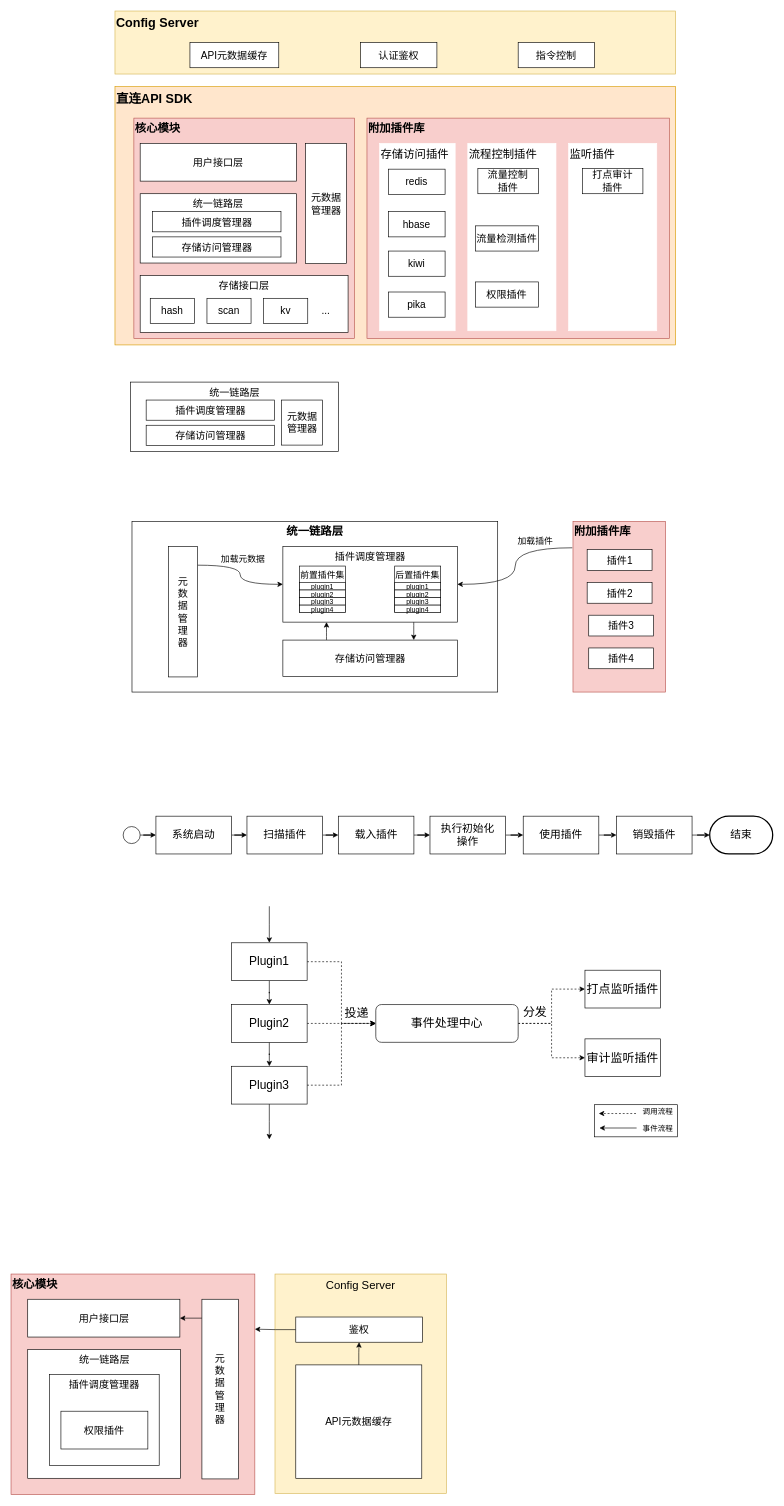
FlyThroughAir/DrawHere keeps this draw.io diagram as 多模块设计.drawio. Above is the earlier version. Source tidied: cells renumbered, new cells numbered last; positions are measured from the earlier drawing's top-left corner, leaving out a move shared by most shapes. Both pictures are drawn from the tidied source at 63%, with x=0, y=0 at pixel (11, 11).
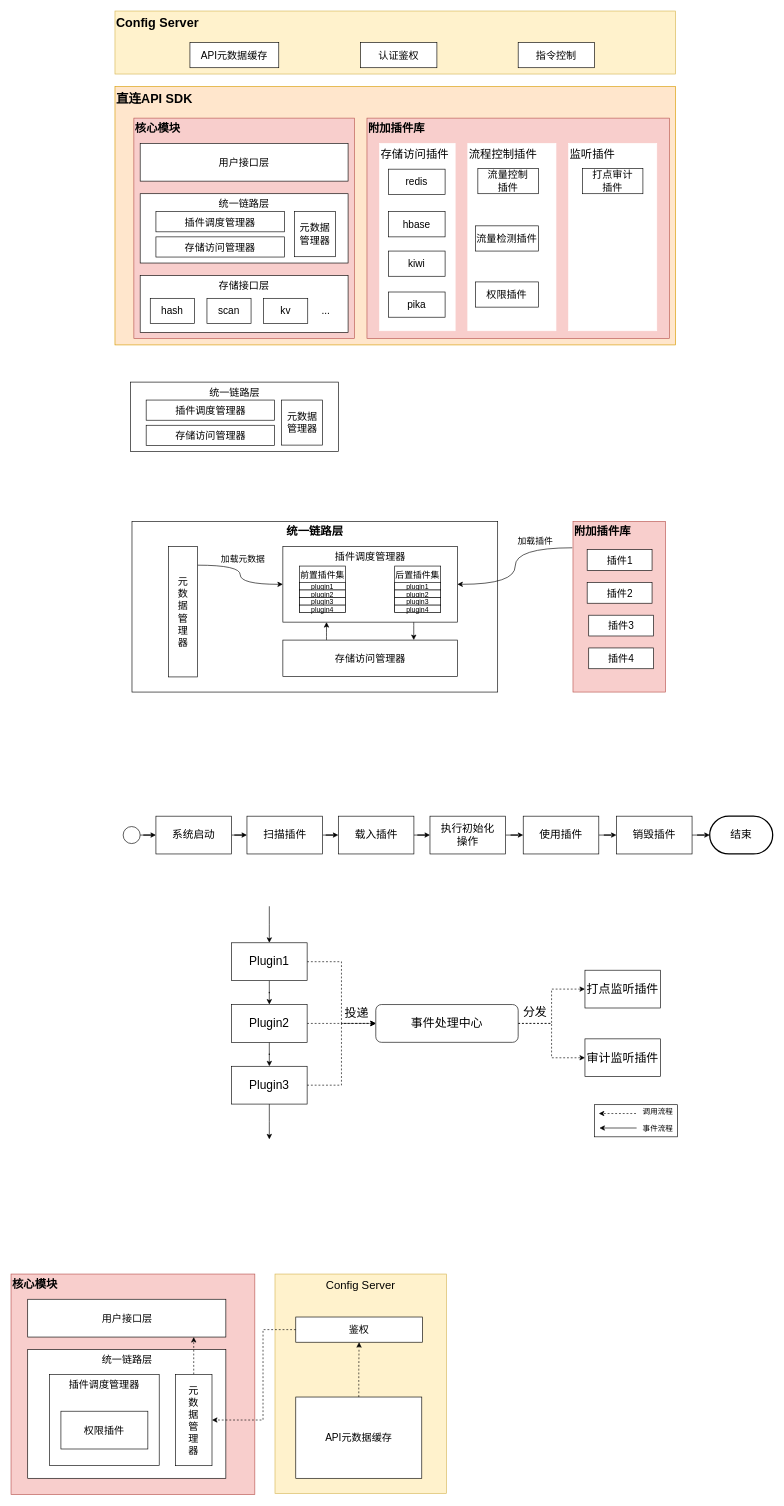
The same diagram, later.

Commit message:
Update 多模块设计.drawio

Unchanged cells that the change refers to:
```xml
<mxCell id="98" value="&lt;font style=&quot;font-size: 16px&quot;&gt;鉴权&lt;/font&gt;" style="rounded=0;whiteSpace=wrap;html=1;fontSize=19;" parent="1" vertex="1">
  <mxGeometry x="452" y="2073" width="201" height="40" as="geometry" />
</mxCell>
<mxCell id="101" value="核心模块" style="rounded=0;whiteSpace=wrap;html=1;verticalAlign=top;align=left;fontSize=18;fontStyle=1;fillColor=#f8cecc;strokeColor=#b85450;" parent="1" vertex="1">
  <mxGeometry y="2004.8" width="387" height="350" as="geometry" />
</mxCell>
```

Change to the diagram source:
```diff
@@
     <mxCell id="5" value="统一链路层" style="rounded=0;whiteSpace=wrap;html=1;verticalAlign=top;fontSize=16;" parent="1" vertex="1">
-      <mxGeometry x="205" y="290" width="248" height="110" as="geometry" />
+      <mxGeometry x="205" y="290" width="330" height="110" as="geometry" />
     </mxCell>
@@
     <mxCell id="7" value="存储访问管理器" style="rounded=0;whiteSpace=wrap;html=1;fontSize=16;" parent="1" vertex="1">
-      <mxGeometry x="224.5" y="358.5" width="204" height="32" as="geometry" />
+      <mxGeometry x="230" y="358.5" width="204" height="32" as="geometry" />
     </mxCell>
     <mxCell id="8" value="用户接口层" style="rounded=0;whiteSpace=wrap;html=1;fontSize=16;" parent="1" vertex="1">
-      <mxGeometry x="205" y="210" width="248" height="60" as="geometry" />
+      <mxGeometry x="205" y="210" width="330" height="60" as="geometry" />
     </mxCell>
@@
     <mxCell id="21" value="插件调度管理器" style="rounded=0;whiteSpace=wrap;html=1;fontSize=16;" parent="1" vertex="1">
-      <mxGeometry x="224.5" y="318.5" width="204" height="32" as="geometry" />
+      <mxGeometry x="230" y="318.5" width="204" height="32" as="geometry" />
     </mxCell>
     <mxCell id="22" value="元数据&lt;br&gt;管理器" style="rounded=0;whiteSpace=wrap;html=1;fontSize=16;" parent="1" vertex="1">
-      <mxGeometry x="467.5" y="210" width="65" height="191" as="geometry" />
+      <mxGeometry x="449.8" y="318.5" width="65" height="71.5" as="geometry" />
     </mxCell>
@@
-    <mxCell id="97" style="edgeStyle=orthogonalEdgeStyle;rounded=0;jettySize=auto;html=1;entryX=1;entryY=0.25;entryDx=0;entryDy=0;fontSize=18;startArrow=none;startFill=0;endArrow=classic;endFill=1;" parent="1" edge="1" source="98" target="101">
-      <mxGeometry relative="1" as="geometry" />
-    </mxCell>
@@
-    <mxCell id="99" style="edgeStyle=orthogonalEdgeStyle;rounded=0;jettySize=auto;html=1;fontSize=18;startArrow=none;startFill=0;endArrow=classic;endFill=1;" parent="1" edge="1" source="100" target="98">
+    <mxCell id="99" style="edgeStyle=orthogonalEdgeStyle;rounded=0;jettySize=auto;html=1;fontSize=18;startArrow=none;startFill=0;endArrow=classic;endFill=1;dashed=1;" parent="1" edge="1" source="100" target="98">
       <mxGeometry relative="1" as="geometry" />
     </mxCell>
     <mxCell id="100" value="&lt;span style=&quot;font-size: 16px&quot;&gt;API元数据缓存&lt;/span&gt;" style="rounded=0;whiteSpace=wrap;html=1;fontSize=19;" parent="1" vertex="1">
-      <mxGeometry x="452" y="2149" width="200" height="180" as="geometry" />
+      <mxGeometry x="452" y="2200" width="200" height="129" as="geometry" />
     </mxCell>
@@
     <mxCell id="102" value="统一链路层" style="rounded=0;whiteSpace=wrap;html=1;verticalAlign=top;fontSize=16;" parent="1" vertex="1">
-      <mxGeometry x="26.5" y="2124.8" width="242.5" height="204.2" as="geometry" />
+      <mxGeometry x="26.5" y="2124.8" width="314.5" height="204.2" as="geometry" />
     </mxCell>
     <mxCell id="103" value="用户接口层" style="rounded=0;whiteSpace=wrap;html=1;fontSize=16;" parent="1" vertex="1">
-      <mxGeometry x="26.5" y="2044.8" width="241.5" height="60" as="geometry" />
+      <mxGeometry x="26.5" y="2044.8" width="314.5" height="60" as="geometry" />
     </mxCell>
-    <mxCell id="104" style="edgeStyle=orthogonalEdgeStyle;rounded=0;jettySize=auto;html=1;entryX=1;entryY=0.5;entryDx=0;entryDy=0;fontSize=16;startArrow=none;startFill=0;endArrow=classic;endFill=1;" parent="1" edge="1" source="105" target="103">
+    <mxCell id="104" style="edgeStyle=orthogonalEdgeStyle;rounded=0;jettySize=auto;html=1;fontSize=16;startArrow=none;startFill=0;endArrow=classic;endFill=1;dashed=1;" parent="1" edge="1" source="105" target="103">
       <mxGeometry relative="1" as="geometry">
         <Array as="points">
-          <mxPoint x="304" y="2075" />
-          <mxPoint x="304" y="2075" />
+          <mxPoint x="290" y="2122" />
+          <mxPoint x="290" y="2122" />
         </Array>
       </mxGeometry>
     </mxCell>
     <mxCell id="105" value="&lt;font style=&quot;font-size: 16px;&quot;&gt;元&lt;br style=&quot;font-size: 16px;&quot;&gt;数&lt;br style=&quot;font-size: 16px;&quot;&gt;据&lt;br style=&quot;font-size: 16px;&quot;&gt;管&lt;br style=&quot;font-size: 16px;&quot;&gt;理&lt;br style=&quot;font-size: 16px;&quot;&gt;器&lt;/font&gt;" style="rounded=0;whiteSpace=wrap;html=1;fontSize=16;" parent="1" vertex="1">
-      <mxGeometry x="303" y="2044.8" width="58" height="285.2" as="geometry" />
+      <mxGeometry x="261" y="2164" width="58" height="145" as="geometry" />
     </mxCell>
@@
+    <mxCell id="97" style="edgeStyle=orthogonalEdgeStyle;rounded=0;jettySize=auto;html=1;entryX=1;entryY=0.5;entryDx=0;entryDy=0;fontSize=18;startArrow=none;startFill=0;endArrow=classic;endFill=1;dashed=1;" parent="1" edge="1" source="98" target="105">
+      <mxGeometry relative="1" as="geometry">
+        <Array as="points">
+          <mxPoint x="400" y="2093" />
+          <mxPoint x="400" y="2237" />
+        </Array>
+      </mxGeometry>
+    </mxCell>
```
